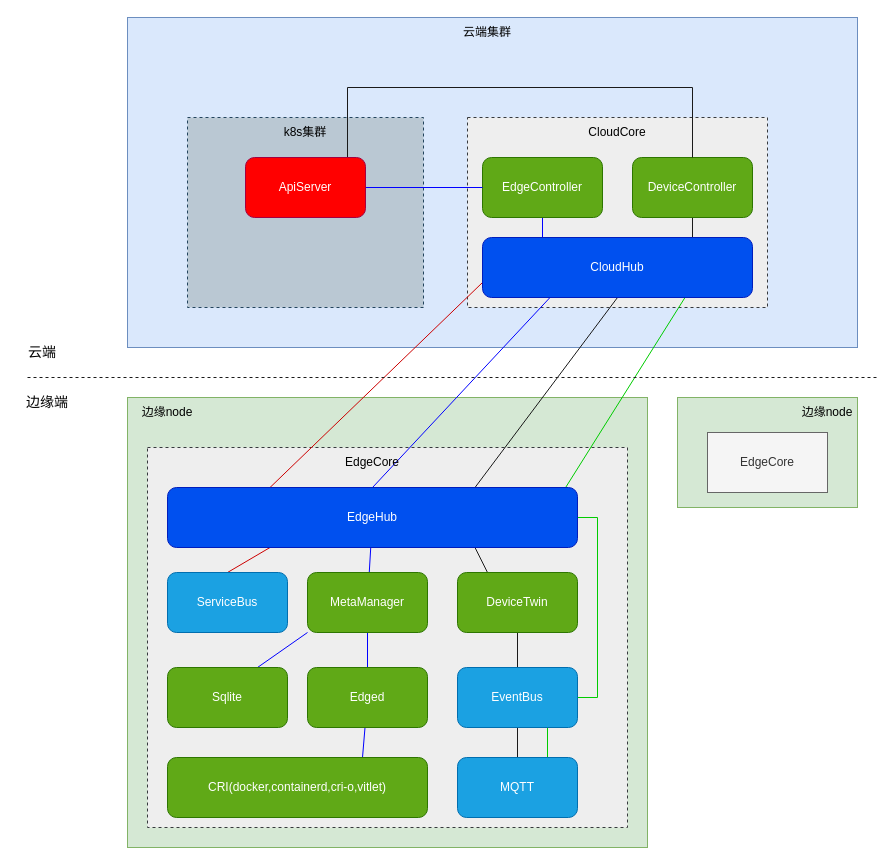
This is page "物理架构图" (2 of 3) of kubeedge架构图.drawio from adtxgc/diagrams, a draw.io file, before an edit. Source tidied: cells renumbered, new cells numbered last; positions are measured from the earlier drawing's top-left corner, leaving out a move shared by most shapes. Both pictures are drawn from the tidied source at 100%, with x=0, y=0 at pixel (17, 17).
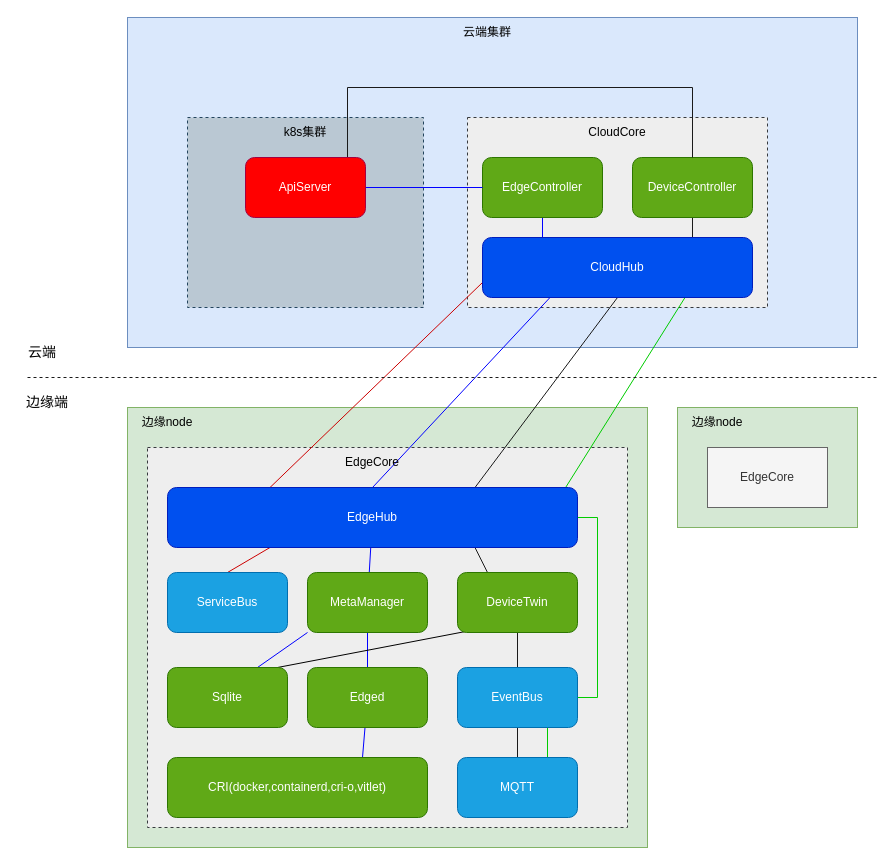
After the change.

Commit message:
更新kubeedge架构图.drawio

Unchanged cells that the change refers to:
```xml
<mxCell id="28" value="DeviceTwin" style="rounded=1;whiteSpace=wrap;html=1;fillColor=#60a917;fontColor=#ffffff;strokeColor=#2D7600;" parent="1" vertex="1">
  <mxGeometry x="440" y="555" width="120" height="60" as="geometry" />
</mxCell>
```

What changed in the source:
```diff
@@
     <mxCell id="3" style="rounded=0;whiteSpace=wrap;html=1;fillColor=#d5e8d4;strokeColor=#82b366;" parent="1" vertex="1">
-      <mxGeometry x="110" y="380" width="520" height="450" as="geometry" />
+      <mxGeometry x="110" y="390" width="520" height="440" as="geometry" />
     </mxCell>
     <mxCell id="4" style="rounded=0;whiteSpace=wrap;html=1;fillColor=#d5e8d4;strokeColor=#82b366;" parent="1" vertex="1">
-      <mxGeometry x="660" y="380" width="180" height="110" as="geometry" />
+      <mxGeometry x="660" y="390" width="180" height="120" as="geometry" />
     </mxCell>
@@
+    <mxCell id="49" style="rounded=0;jettySize=auto;html=1;endArrow=none;endFill=0;exitX=0.068;exitY=0.983;exitDx=0;exitDy=0;exitPerimeter=0;" parent="1" edge="1" source="28">
+      <mxGeometry relative="1" as="geometry">
+        <mxPoint x="260" y="650" as="targetPoint" />
+      </mxGeometry>
+    </mxCell>
@@
     <mxCell id="38" value="EdgeCore" style="rounded=0;whiteSpace=wrap;html=1;fillColor=#f5f5f5;fontColor=#333333;strokeColor=#666666;" parent="1" vertex="1">
-      <mxGeometry x="690" y="415" width="120" height="60" as="geometry" />
+      <mxGeometry x="690" y="430" width="120" height="60" as="geometry" />
     </mxCell>
     <mxCell id="39" value="边缘node" style="text;html=1;strokeColor=none;fillColor=none;align=center;verticalAlign=middle;whiteSpace=wrap;rounded=0;" parent="1" vertex="1">
-      <mxGeometry x="780" y="380" width="60" height="30" as="geometry" />
+      <mxGeometry x="670" y="390" width="60" height="30" as="geometry" />
     </mxCell>
     <mxCell id="40" value="边缘node" style="text;html=1;strokeColor=none;fillColor=none;align=center;verticalAlign=middle;whiteSpace=wrap;rounded=0;" parent="1" vertex="1">
-      <mxGeometry x="120" y="380" width="60" height="30" as="geometry" />
+      <mxGeometry x="120" y="390" width="60" height="30" as="geometry" />
     </mxCell>
```
